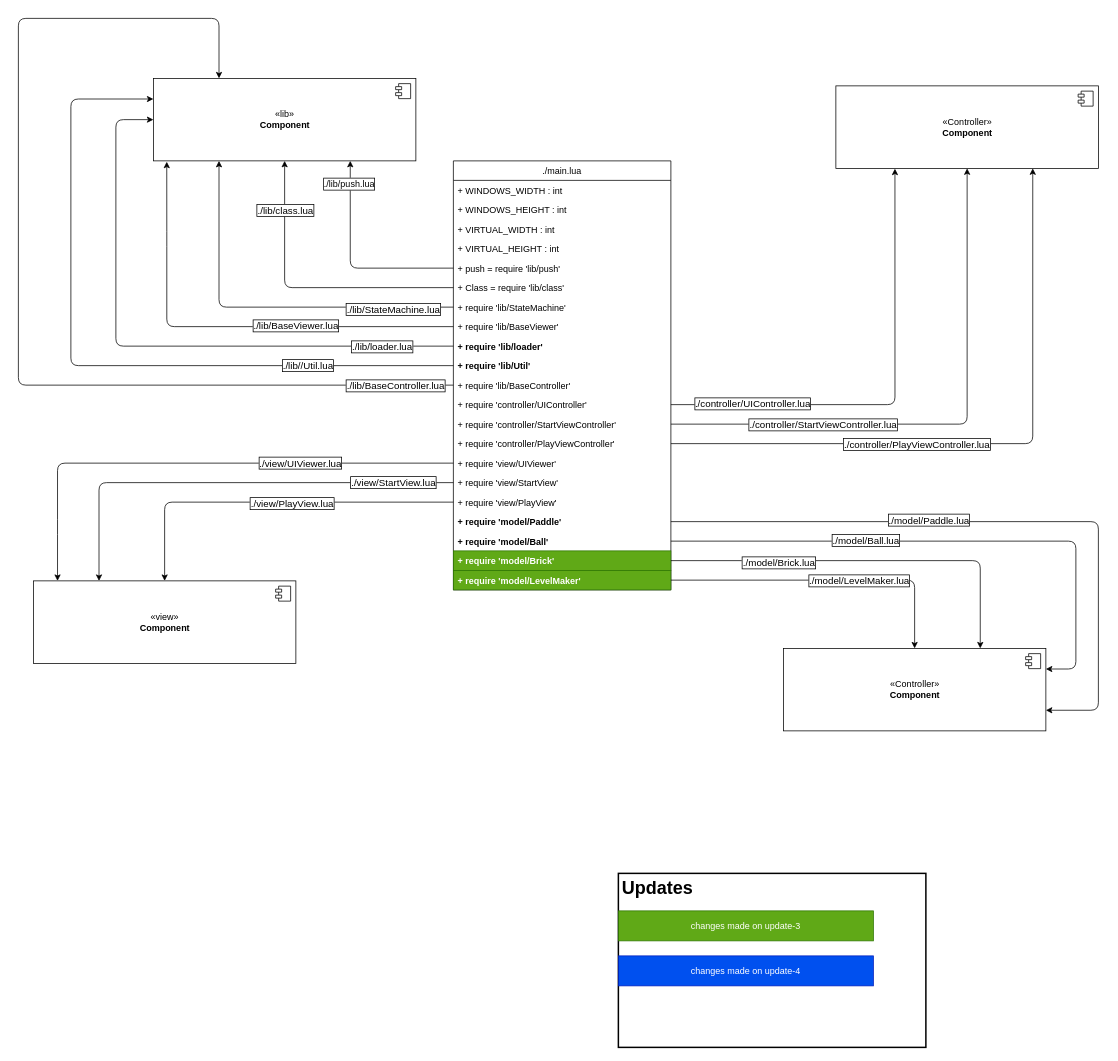
This is page "root" (3 of 7) of diagram.drawio from m00racle/breakout-love2d, a draw.io file, before an edit. Source tidied: cells renumbered, new cells numbered last; positions are measured from the earlier drawing's top-left corner, leaving out a move shared by most shapes. Both pictures are drawn from the tidied source at 75%, with x=0, y=0 at pixel (18, 18).
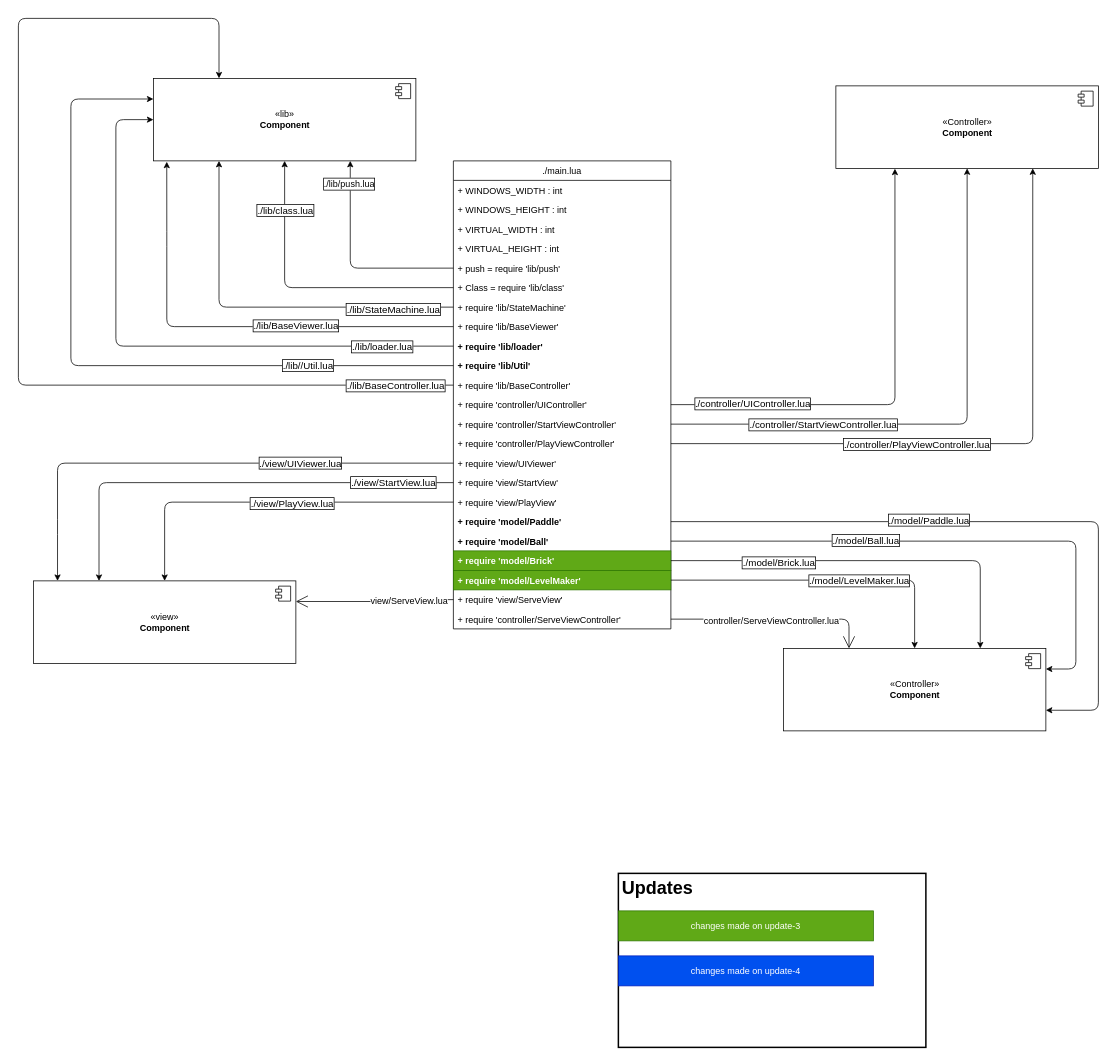
Above is the later version.

The change refers to these unchanged cells:
```xml
<mxCell id="40" value="«view»&lt;br&gt;&lt;b&gt;Component&lt;/b&gt;" style="html=1;" parent="1" vertex="1">
  <mxGeometry x="20" y="750" width="350" height="110" as="geometry" />
</mxCell>
<mxCell id="56" value="«Controller»&lt;br&gt;&lt;b&gt;Component&lt;/b&gt;" style="html=1;" parent="1" vertex="1">
  <mxGeometry x="1020" y="840" width="350" height="110" as="geometry" />
</mxCell>
```

What changed in the source:
```diff
@@
     <mxCell id="2" value="./main.lua" style="swimlane;fontStyle=0;horizontal=1;startSize=26;fillColor=none;" parent="1" vertex="1">
-      <mxGeometry x="580" y="190" width="290" height="572" as="geometry" />
+      <mxGeometry x="580" y="190" width="290" height="624" as="geometry" />
     </mxCell>
@@
+    <mxCell id="69" value="+ require 'view/ServeView'" style="text;strokeColor=none;fillColor=none;align=left;verticalAlign=top;spacingLeft=4;spacingRight=4;overflow=hidden;points=[[0,0.5],[1,0.5]];portConstraint=eastwest;fontSize=12;" parent="2" vertex="1">
+      <mxGeometry y="572" width="290" height="26" as="geometry" />
+    </mxCell>
+    <mxCell id="70" value="+ require 'controller/ServeViewController'" style="text;strokeColor=none;fillColor=none;align=left;verticalAlign=top;spacingLeft=4;spacingRight=4;overflow=hidden;points=[[0,0.5],[1,0.5]];portConstraint=eastwest;fontSize=12;" parent="2" vertex="1">
+      <mxGeometry y="598" width="290" height="26" as="geometry" />
+    </mxCell>
@@
+    <mxCell id="71" style="edgeStyle=orthogonalEdgeStyle;rounded=1;jumpStyle=arc;jumpSize=14;jettySize=auto;html=1;entryX=1;entryY=0.25;entryDx=0;entryDy=0;fontSize=12;endArrow=open;endFill=0;startSize=14;endSize=14;" parent="1" edge="1" source="69" target="40">
+      <mxGeometry relative="1" as="geometry" />
+    </mxCell>
+    <mxCell id="72" value="view/ServeView.lua" style="edgeLabel;html=1;align=center;verticalAlign=middle;fontSize=12;" parent="71" vertex="1">
+      <mxGeometry x="-0.44" y="1" relative="1" as="geometry" />
+    </mxCell>
+    <mxCell id="73" style="edgeStyle=orthogonalEdgeStyle;rounded=1;jumpStyle=arc;jumpSize=14;jettySize=auto;html=1;entryX=0.25;entryY=0;entryDx=0;entryDy=0;fontSize=12;endArrow=open;endFill=0;startSize=14;endSize=14;" parent="1" edge="1" source="70" target="56">
+      <mxGeometry relative="1" as="geometry" />
+    </mxCell>
+    <mxCell id="74" value="controller/ServeViewController.lua" style="edgeLabel;html=1;align=center;verticalAlign=middle;fontSize=12;" parent="73" vertex="1">
+      <mxGeometry x="-0.04" y="-2" relative="1" as="geometry" />
+    </mxCell>
```
